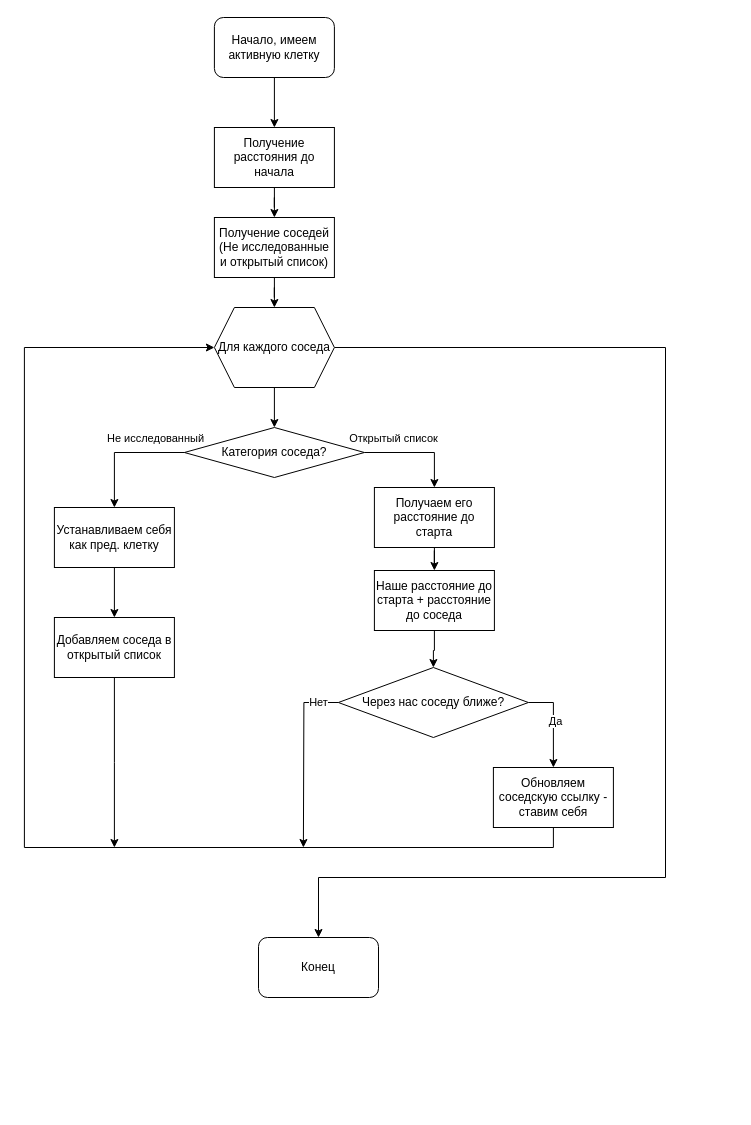
Vampir2033/D-Star keeps this draw.io diagram as A-star.drawio. Above is the earlier version. Source tidied: cells renumbered, new cells numbered last; positions are measured from the earlier drawing's top-left corner, leaving out a move shared by most shapes. Both pictures are drawn from the tidied source at 100%, with x=0, y=0 at pixel (24, 17).
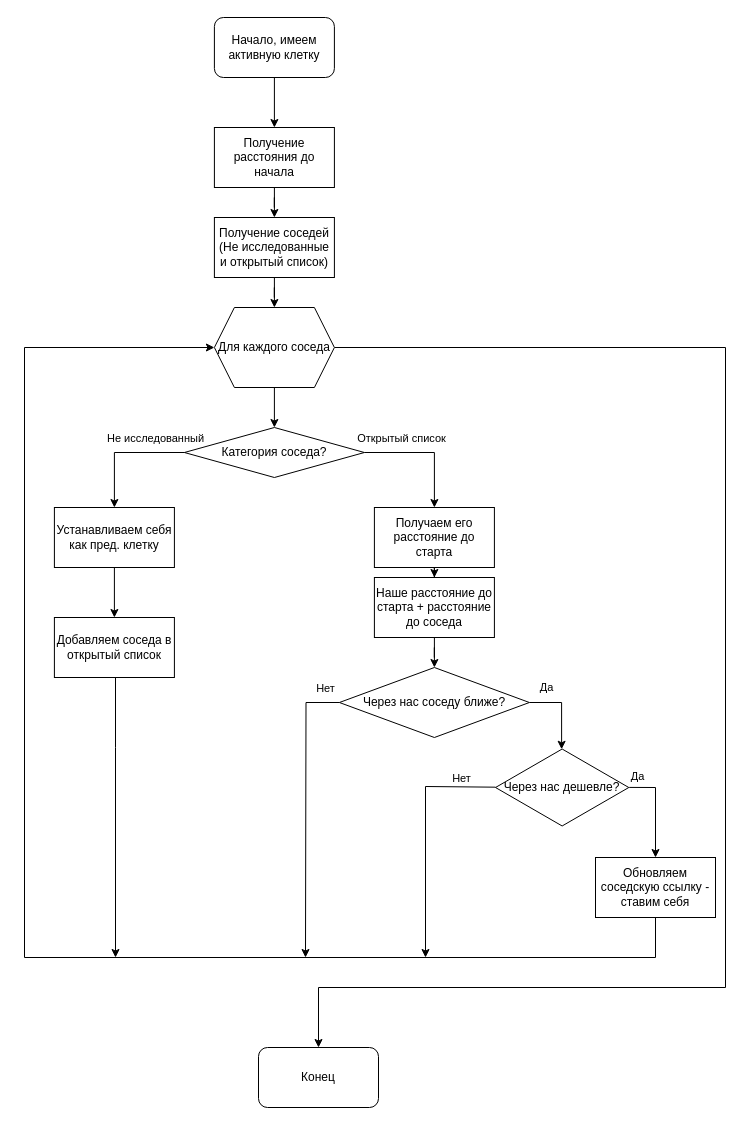
After the change.

Unchanged cells that the change refers to:
```xml
<mxCell id="8" value="Для каждого соседа" style="shape=hexagon;perimeter=hexagonPerimeter2;whiteSpace=wrap;html=1;fixedSize=1;" parent="1" vertex="1">
  <mxGeometry x="189.9" y="290" width="120" height="80" as="geometry" />
</mxCell>
<mxCell id="30" value="Добавляем соседа в открытый список" style="whiteSpace=wrap;html=1;" parent="1" vertex="1">
  <mxGeometry x="29.9" y="600" width="120" height="60" as="geometry" />
</mxCell>
```

The edit, as a diff of the source:
```diff
@@
     <mxCell id="7" style="edgeStyle=orthogonalEdgeStyle;rounded=0;jettySize=auto;html=1;entryX=0.5;entryY=0;entryDx=0;entryDy=0;" parent="1" edge="1" source="8" target="31">
       <mxGeometry relative="1" as="geometry">
         <Array as="points">
-          <mxPoint x="641" y="330" />
-          <mxPoint x="641" y="860" />
-          <mxPoint x="294" y="860" />
+          <mxPoint x="701" y="330" />
+          <mxPoint x="701" y="970" />
+          <mxPoint x="294" y="970" />
         </Array>
       </mxGeometry>
     </mxCell>
@@
     <mxCell id="17" value="Получаем его расстояние до старта" style="whiteSpace=wrap;html=1;" parent="1" vertex="1">
-      <mxGeometry x="349.9" y="470" width="120" height="60" as="geometry" />
+      <mxGeometry x="349.9" y="490" width="120" height="60" as="geometry" />
     </mxCell>
@@
     <mxCell id="19" value="Наше расстояние до старта + расстояние до соседа" style="whiteSpace=wrap;html=1;" parent="1" vertex="1">
-      <mxGeometry x="349.9" y="553" width="120" height="60" as="geometry" />
+      <mxGeometry x="349.9" y="560" width="120" height="60" as="geometry" />
     </mxCell>
@@
-    <mxCell id="22" style="edgeStyle=orthogonalEdgeStyle;rounded=0;jettySize=auto;html=1;exitX=1;exitY=0.5;exitDx=0;exitDy=0;" parent="1" edge="1" source="26" target="28">
-      <mxGeometry relative="1" as="geometry" />
+    <mxCell id="22" style="edgeStyle=orthogonalEdgeStyle;rounded=0;jettySize=auto;html=1;exitX=1;exitY=0.5;exitDx=0;exitDy=0;entryX=0.496;entryY=0.022;entryDx=0;entryDy=0;entryPerimeter=0;" parent="1" edge="1" source="26" target="32">
+      <mxGeometry relative="1" as="geometry">
+        <Array as="points">
+          <mxPoint x="537" y="685" />
+        </Array>
+      </mxGeometry>
     </mxCell>
     <mxCell id="23" value="Да" style="edgeLabel;html=1;align=center;verticalAlign=middle;" parent="22" vertex="1">
-      <mxGeometry x="-0.04" y="2" relative="1" as="geometry" />
+      <mxGeometry x="-0.04" y="2" relative="1" as="geometry">
+        <mxPoint x="-18" y="-21" as="offset" />
+      </mxGeometry>
     </mxCell>
     <mxCell id="24" style="edgeStyle=orthogonalEdgeStyle;rounded=0;jettySize=auto;html=1;" parent="1" edge="1" source="26">
       <mxGeometry relative="1" as="geometry">
-        <mxPoint x="278.9" y="830" as="targetPoint" />
+        <mxPoint x="281" y="940" as="targetPoint" />
       </mxGeometry>
     </mxCell>
     <mxCell id="25" value="Нет" style="edgeLabel;html=1;align=center;verticalAlign=middle;" parent="24" vertex="1">
-      <mxGeometry x="-0.78" y="-1" relative="1" as="geometry" />
+      <mxGeometry x="-0.78" y="-1" relative="1" as="geometry">
+        <mxPoint x="18" y="-14" as="offset" />
+      </mxGeometry>
     </mxCell>
     <mxCell id="26" value="Через нас соседу ближе?" style="rhombus;whiteSpace=wrap;html=1;" parent="1" vertex="1">
-      <mxGeometry x="313.9" y="650" width="190" height="70" as="geometry" />
+      <mxGeometry x="314.9" y="650" width="190" height="70" as="geometry" />
     </mxCell>
     <mxCell id="27" style="edgeStyle=orthogonalEdgeStyle;rounded=0;jettySize=auto;html=1;exitX=0.5;exitY=1;exitDx=0;exitDy=0;entryX=0;entryY=0.5;entryDx=0;entryDy=0;" parent="1" edge="1" source="28" target="8">
       <mxGeometry relative="1" as="geometry">
         <Array as="points">
-          <mxPoint x="528.9" y="830" />
-          <mxPoint x="-0.1" y="830" />
-          <mxPoint x="-0.1" y="330" />
+          <mxPoint x="631" y="940" />
+          <mxPoint y="940" />
+          <mxPoint y="330" />
         </Array>
       </mxGeometry>
     </mxCell>
     <mxCell id="28" value="Обновляем соседскую ссылку - ставим себя" style="whiteSpace=wrap;html=1;" parent="1" vertex="1">
-      <mxGeometry x="468.9" y="750" width="120" height="60" as="geometry" />
+      <mxGeometry x="571" y="840" width="120" height="60" as="geometry" />
     </mxCell>
     <mxCell id="29" style="edgeStyle=orthogonalEdgeStyle;rounded=0;jettySize=auto;html=1;" parent="1" edge="1" source="30">
       <mxGeometry relative="1" as="geometry">
-        <mxPoint x="89.9" y="830" as="targetPoint" />
+        <mxPoint x="91" y="940" as="targetPoint" />
+        <Array as="points">
+          <mxPoint x="91" y="730" />
+          <mxPoint x="91" y="730" />
+        </Array>
       </mxGeometry>
     </mxCell>
@@
     <mxCell id="31" value="Конец" style="rounded=1;whiteSpace=wrap;html=1;" parent="1" vertex="1">
-      <mxGeometry x="234" y="920" width="120" height="60" as="geometry" />
+      <mxGeometry x="234" y="1030" width="120" height="60" as="geometry" />
     </mxCell>
+    <mxCell id="32" value="Через нас дешевле?" style="html=1;whiteSpace=wrap;shape=isoRectangle;" parent="1" vertex="1">
+      <mxGeometry x="471" y="730" width="133.3" height="80" as="geometry" />
+    </mxCell>
+    <mxCell id="33" style="endArrow=classic;html=1;rounded=0;exitX=0;exitY=0.496;exitDx=0;exitDy=0;exitPerimeter=0;" parent="1" edge="1" source="32">
+      <mxGeometry relative="1" as="geometry">
+        <mxPoint x="401" y="940" as="targetPoint" />
+        <Array as="points">
+          <mxPoint x="401" y="769" />
+        </Array>
+      </mxGeometry>
+    </mxCell>
+    <mxCell id="34" style="endArrow=classic;html=1;rounded=0;entryX=0.5;entryY=0;entryDx=0;entryDy=0;exitX=1.003;exitY=0.499;exitDx=0;exitDy=0;exitPerimeter=0;" parent="1" edge="1" source="32" target="28">
+      <mxGeometry relative="1" as="geometry">
+        <Array as="points">
+          <mxPoint x="631" y="770" />
+        </Array>
+      </mxGeometry>
+    </mxCell>
+    <mxCell id="35" value="Нет" style="edgeLabel;html=1;align=center;verticalAlign=middle;" parent="1" vertex="1">
+      <mxGeometry x="339.9" y="700" as="geometry">
+        <mxPoint x="97" y="60" as="offset" />
+      </mxGeometry>
+    </mxCell>
+    <mxCell id="36" value="Да" style="edgeLabel;html=1;align=center;verticalAlign=middle;" parent="1" vertex="1">
+      <mxGeometry x="537.7" y="679.4" as="geometry">
+        <mxPoint x="75" y="79" as="offset" />
+      </mxGeometry>
+    </mxCell>
```
